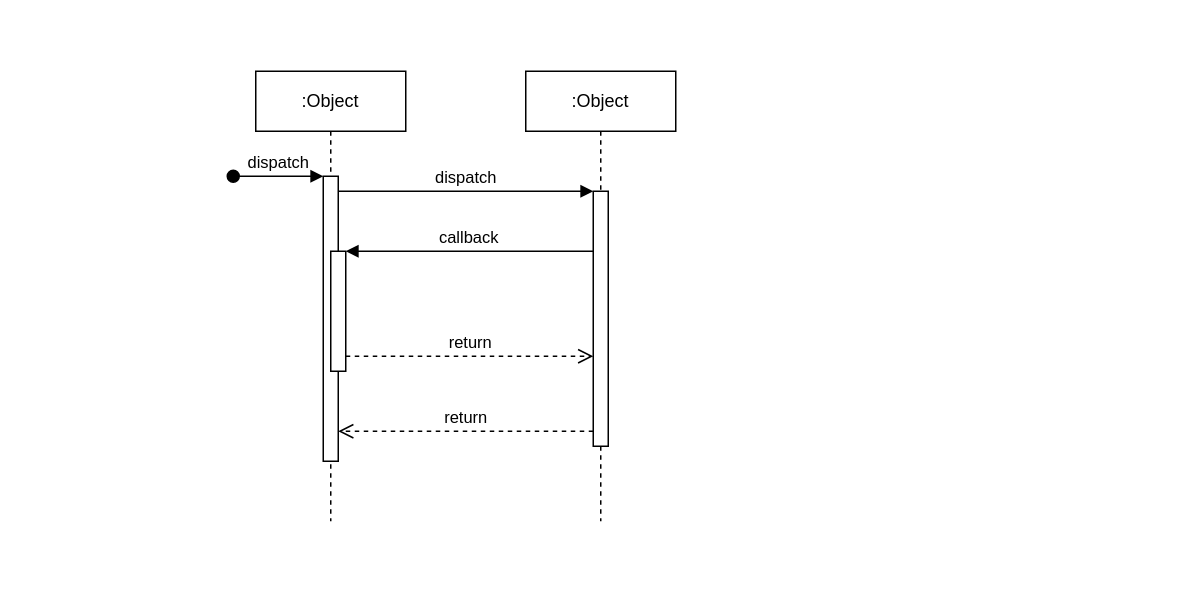
This is RealtimeDatabase_seq_diag.drawio from 04harsh-vardhan/E-Commerce-App, a draw.io file, before an edit. Source tidied: cells renumbered, new cells numbered last; positions are measured from the earlier drawing's top-left corner, leaving out a move shared by most shapes. Both pictures are drawn from the tidied source at 150%, with x=0, y=0 at pixel (232, 70).
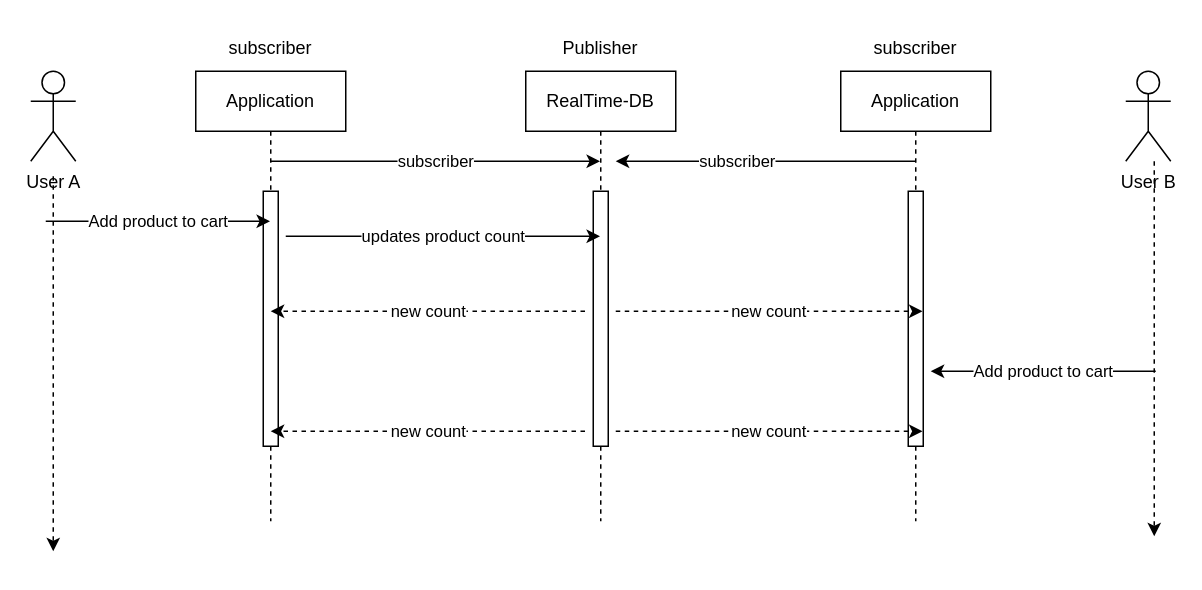
After the change.

The change refers to these unchanged cells:
```xml
<mxCell id="7" style="html=1;points=[];perimeter=orthogonalPerimeter;outlineConnect=0;targetShapes=umlLifeline;portConstraint=eastwest;newEdgeStyle={&quot;edgeStyle&quot;:&quot;elbowEdgeStyle&quot;,&quot;elbow&quot;:&quot;vertical&quot;,&quot;curved&quot;:0,&quot;rounded&quot;:0};" parent="6" vertex="1">
  <mxGeometry x="45" y="80" width="10" height="170" as="geometry" />
</mxCell>
```

Change to the diagram source:
```diff
@@
-    <mxCell id="2" value=":Object" style="shape=umlLifeline;perimeter=lifelinePerimeter;whiteSpace=wrap;html=1;newEdgeStyle={&quot;edgeStyle&quot;:&quot;elbowEdgeStyle&quot;,&quot;elbow&quot;:&quot;vertical&quot;,&quot;curved&quot;:0,&quot;rounded&quot;:0};" parent="1" vertex="1">
-      <mxGeometry x="15" width="100" height="300" as="geometry" />
-    </mxCell>
-    <mxCell id="3" style="html=1;points=[];perimeter=orthogonalPerimeter;outlineConnect=0;targetShapes=umlLifeline;portConstraint=eastwest;newEdgeStyle={&quot;edgeStyle&quot;:&quot;elbowEdgeStyle&quot;,&quot;elbow&quot;:&quot;vertical&quot;,&quot;curved&quot;:0,&quot;rounded&quot;:0};" parent="2" vertex="1">
-      <mxGeometry x="45" y="70" width="10" height="190" as="geometry" />
-    </mxCell>
-    <mxCell id="4" value="dispatch" style="html=1;verticalAlign=bottom;startArrow=oval;endArrow=block;startSize=8;edgeStyle=elbowEdgeStyle;elbow=vertical;curved=0;rounded=0;" parent="2" edge="1" target="3">
-      <mxGeometry relative="1" as="geometry">
-        <mxPoint x="-15" y="70" as="sourcePoint" />
-      </mxGeometry>
-    </mxCell>
-    <mxCell id="5" style="html=1;points=[];perimeter=orthogonalPerimeter;outlineConnect=0;targetShapes=umlLifeline;portConstraint=eastwest;newEdgeStyle={&quot;edgeStyle&quot;:&quot;elbowEdgeStyle&quot;,&quot;elbow&quot;:&quot;vertical&quot;,&quot;curved&quot;:0,&quot;rounded&quot;:0};" parent="2" vertex="1">
-      <mxGeometry x="50" y="120" width="10" height="80" as="geometry" />
-    </mxCell>
-    <mxCell id="6" value=":Object" style="shape=umlLifeline;perimeter=lifelinePerimeter;whiteSpace=wrap;html=1;outlineConnect=0;portConstraint=eastwest;newEdgeStyle={&quot;edgeStyle&quot;:&quot;elbowEdgeStyle&quot;,&quot;elbow&quot;:&quot;vertical&quot;,&quot;curved&quot;:0,&quot;rounded&quot;:0};" parent="1" vertex="1">
+    <mxCell id="6" value="RealTime-DB" style="shape=umlLifeline;perimeter=lifelinePerimeter;whiteSpace=wrap;html=1;outlineConnect=0;portConstraint=eastwest;newEdgeStyle={&quot;edgeStyle&quot;:&quot;elbowEdgeStyle&quot;,&quot;elbow&quot;:&quot;vertical&quot;,&quot;curved&quot;:0,&quot;rounded&quot;:0};" parent="1" vertex="1">
       <mxGeometry x="195" width="100" height="300" as="geometry" />
     </mxCell>
@@
-    <mxCell id="8" value="dispatch" style="html=1;verticalAlign=bottom;endArrow=block;edgeStyle=elbowEdgeStyle;elbow=vertical;curved=0;rounded=0;" parent="1" edge="1" source="3" target="7">
-      <mxGeometry relative="1" as="geometry">
-        <Array as="points">
-          <mxPoint x="155" y="80" />
-        </Array>
-      </mxGeometry>
-    </mxCell>
-    <mxCell id="9" value="return" style="html=1;verticalAlign=bottom;endArrow=open;dashed=1;endSize=8;edgeStyle=elbowEdgeStyle;elbow=vertical;curved=0;rounded=0;" parent="1" edge="1" source="7" target="3">
-      <mxGeometry relative="1" as="geometry">
-        <Array as="points">
-          <mxPoint x="165" y="240" />
-        </Array>
-      </mxGeometry>
-    </mxCell>
-    <mxCell id="10" value="callback" style="html=1;verticalAlign=bottom;endArrow=block;edgeStyle=elbowEdgeStyle;elbow=vertical;curved=0;rounded=0;" parent="1" edge="1" source="7" target="5">
-      <mxGeometry relative="1" as="geometry">
-        <Array as="points">
-          <mxPoint x="165" y="120" />
-        </Array>
-      </mxGeometry>
-    </mxCell>
-    <mxCell id="11" value="return" style="html=1;verticalAlign=bottom;endArrow=open;dashed=1;endSize=8;edgeStyle=elbowEdgeStyle;elbow=vertical;curved=0;rounded=0;" parent="1" edge="1" source="5" target="7">
-      <mxGeometry relative="1" as="geometry">
-        <Array as="points">
-          <mxPoint x="155" y="190" />
-        </Array>
-      </mxGeometry>
-    </mxCell>
+    <mxCell id="12" value="Application" style="shape=umlLifeline;perimeter=lifelinePerimeter;whiteSpace=wrap;html=1;newEdgeStyle={&quot;edgeStyle&quot;:&quot;elbowEdgeStyle&quot;,&quot;elbow&quot;:&quot;vertical&quot;,&quot;curved&quot;:0,&quot;rounded&quot;:0};" parent="1" vertex="1">
+      <mxGeometry x="405" width="100" height="300" as="geometry" />
+    </mxCell>
+    <mxCell id="13" style="html=1;perimeter=orthogonalPerimeter;targetShapes=umlLifeline;newEdgeStyle={&quot;edgeStyle&quot;:&quot;elbowEdgeStyle&quot;,&quot;elbow&quot;:&quot;vertical&quot;,&quot;curved&quot;:0,&quot;rounded&quot;:0};" parent="12" vertex="1">
+      <mxGeometry x="45" y="80" width="10" height="170" as="geometry" />
+    </mxCell>
+    <mxCell id="14" style="rounded=0;orthogonalLoop=1;jettySize=auto;html=1;dashed=1;" parent="1" edge="1">
+      <mxGeometry relative="1" as="geometry">
+        <mxPoint x="-120" y="70" as="sourcePoint" />
+        <mxPoint x="-120" y="320" as="targetPoint" />
+        <Array as="points">
+          <mxPoint x="-120" y="200" />
+        </Array>
+      </mxGeometry>
+    </mxCell>
+    <mxCell id="15" value="User A" style="shape=umlActor;verticalLabelPosition=bottom;verticalAlign=top;html=1;" parent="1" vertex="1">
+      <mxGeometry x="-135" width="30" height="60" as="geometry" />
+    </mxCell>
+    <mxCell id="16" style="edgeStyle=none;rounded=0;orthogonalLoop=1;jettySize=auto;html=1;dashed=1;" parent="1" edge="1">
+      <mxGeometry relative="1" as="geometry">
+        <mxPoint x="614" y="60" as="sourcePoint" />
+        <mxPoint x="614" y="310" as="targetPoint" />
+      </mxGeometry>
+    </mxCell>
+    <mxCell id="17" value="User B" style="shape=umlActor;verticalLabelPosition=bottom;verticalAlign=top;html=1;" parent="1" vertex="1">
+      <mxGeometry x="595" width="30" height="60" as="geometry" />
+    </mxCell>
+    <mxCell id="18" value="Application" style="shape=umlLifeline;perimeter=lifelinePerimeter;whiteSpace=wrap;html=1;outlineConnect=0;portConstraint=eastwest;newEdgeStyle={&quot;edgeStyle&quot;:&quot;elbowEdgeStyle&quot;,&quot;elbow&quot;:&quot;vertical&quot;,&quot;curved&quot;:0,&quot;rounded&quot;:0};" parent="1" vertex="1">
+      <mxGeometry x="-25" width="100" height="300" as="geometry" />
+    </mxCell>
+    <mxCell id="19" style="html=1;perimeter=orthogonalPerimeter;targetShapes=umlLifeline;newEdgeStyle={&quot;edgeStyle&quot;:&quot;elbowEdgeStyle&quot;,&quot;elbow&quot;:&quot;vertical&quot;,&quot;curved&quot;:0,&quot;rounded&quot;:0};" parent="18" vertex="1">
+      <mxGeometry x="45" y="80" width="10" height="170" as="geometry" />
+    </mxCell>
+    <mxCell id="20" value="Add product to cart" style="edgeStyle=none;jettySize=auto;html=1;rounded=0;" parent="1" edge="1" target="18">
+      <mxGeometry relative="1" as="geometry">
+        <mxPoint x="-125" y="100" as="sourcePoint" />
+      </mxGeometry>
+    </mxCell>
+    <mxCell id="21" value="updates product count" style="edgeStyle=none;jettySize=auto;html=1;rounded=0;" parent="1" edge="1" target="6">
+      <mxGeometry relative="1" as="geometry">
+        <mxPoint x="35" y="110" as="sourcePoint" />
+      </mxGeometry>
+    </mxCell>
+    <mxCell id="22" value="new count" style="edgeStyle=none;orthogonalLoop=1;jettySize=auto;html=1;rounded=0;dashed=1;" parent="1" edge="1">
+      <mxGeometry relative="1" as="geometry">
+        <mxPoint x="255" y="160" as="sourcePoint" />
+        <mxPoint x="459.5" y="160" as="targetPoint" />
+        <Array as="points">
+          <mxPoint x="360" y="160" />
+        </Array>
+      </mxGeometry>
+    </mxCell>
+    <mxCell id="23" value="new count" style="edgeStyle=none;orthogonalLoop=1;jettySize=auto;html=1;rounded=0;dashed=1;" parent="1" edge="1">
+      <mxGeometry relative="1" as="geometry">
+        <mxPoint x="234.5" y="160" as="sourcePoint" />
+        <mxPoint x="25" y="160" as="targetPoint" />
+      </mxGeometry>
+    </mxCell>
+    <mxCell id="24" value="subscriber" style="edgeStyle=none;orthogonalLoop=1;jettySize=auto;html=1;rounded=0;" parent="1" edge="1">
+      <mxGeometry x="0.2" relative="1" as="geometry">
+        <mxPoint x="454.5" y="60" as="sourcePoint" />
+        <mxPoint x="255" y="60" as="targetPoint" />
+        <mxPoint x="1" as="offset" />
+      </mxGeometry>
+    </mxCell>
+    <mxCell id="25" value="subscriber" style="edgeStyle=none;jettySize=auto;html=1;rounded=0;" parent="1" edge="1" target="6">
+      <mxGeometry relative="1" as="geometry">
+        <mxPoint x="25" y="60" as="sourcePoint" />
+        <Array as="points">
+          <mxPoint x="125" y="60" />
+        </Array>
+      </mxGeometry>
+    </mxCell>
+    <mxCell id="26" value="Add product to cart" style="edgeStyle=none;orthogonalLoop=1;jettySize=auto;html=1;rounded=0;" parent="1" edge="1">
+      <mxGeometry relative="1" as="geometry">
+        <mxPoint x="615" y="200" as="sourcePoint" />
+        <mxPoint x="465" y="200" as="targetPoint" />
+      </mxGeometry>
+    </mxCell>
+    <mxCell id="27" value="new count" style="edgeStyle=none;orthogonalLoop=1;jettySize=auto;html=1;rounded=0;dashed=1;" parent="1" edge="1">
+      <mxGeometry relative="1" as="geometry">
+        <mxPoint x="255" y="240" as="sourcePoint" />
+        <mxPoint x="459.5" y="240" as="targetPoint" />
+        <Array as="points">
+          <mxPoint x="360" y="240" />
+        </Array>
+      </mxGeometry>
+    </mxCell>
+    <mxCell id="28" value="new count" style="edgeStyle=none;orthogonalLoop=1;jettySize=auto;html=1;rounded=0;dashed=1;" parent="1" edge="1">
+      <mxGeometry relative="1" as="geometry">
+        <mxPoint x="234.5" y="240" as="sourcePoint" />
+        <mxPoint x="25" y="240" as="targetPoint" />
+      </mxGeometry>
+    </mxCell>
+    <mxCell id="29" value="Publisher" style="text;strokeColor=none;align=center;fillColor=none;html=1;verticalAlign=middle;whiteSpace=wrap;rounded=0;" parent="1" vertex="1">
+      <mxGeometry x="215" y="-30" width="60" height="30" as="geometry" />
+    </mxCell>
+    <mxCell id="30" value="subscriber" style="text;strokeColor=none;align=center;fillColor=none;html=1;verticalAlign=middle;whiteSpace=wrap;rounded=0;" parent="1" vertex="1">
+      <mxGeometry x="-5" y="-30" width="60" height="30" as="geometry" />
+    </mxCell>
+    <mxCell id="31" value="subscriber" style="text;strokeColor=none;align=center;fillColor=none;html=1;verticalAlign=middle;whiteSpace=wrap;rounded=0;" parent="1" vertex="1">
+      <mxGeometry x="425" y="-30" width="60" height="30" as="geometry" />
+    </mxCell>
```
